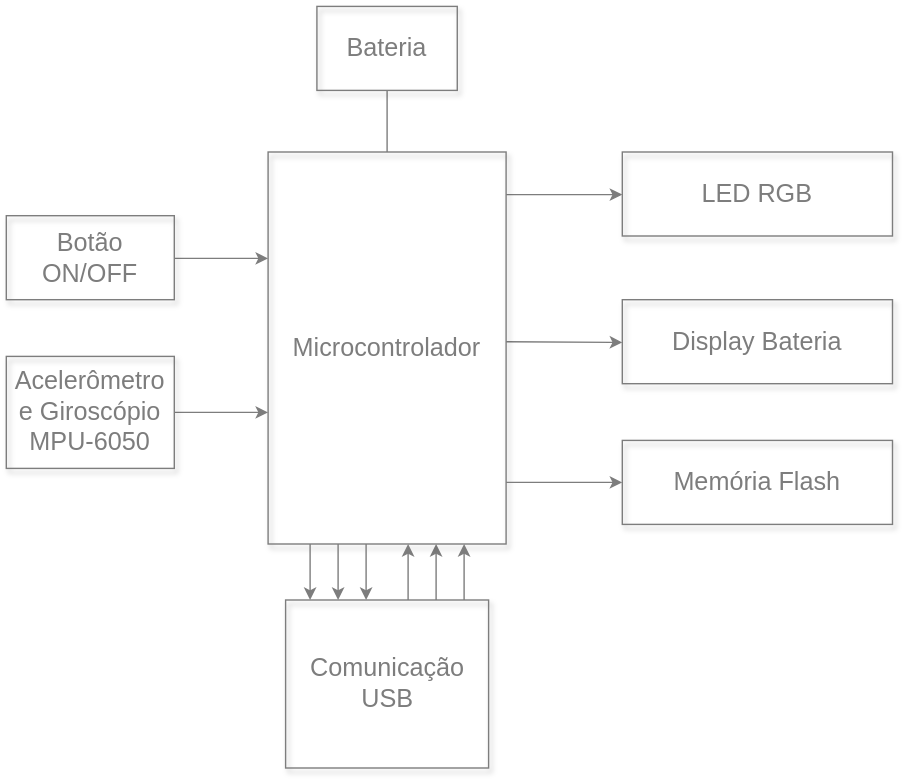
Above: projetos/tennistracker/diagrama_estrutural.svg in teaching-FEEC/ea075-2024.1 (draw.io), before the change. Source tidied: cells renumbered, new cells last; positions are measured from the earlier drawing's top-left corner, leaving out a move shared by most shapes.
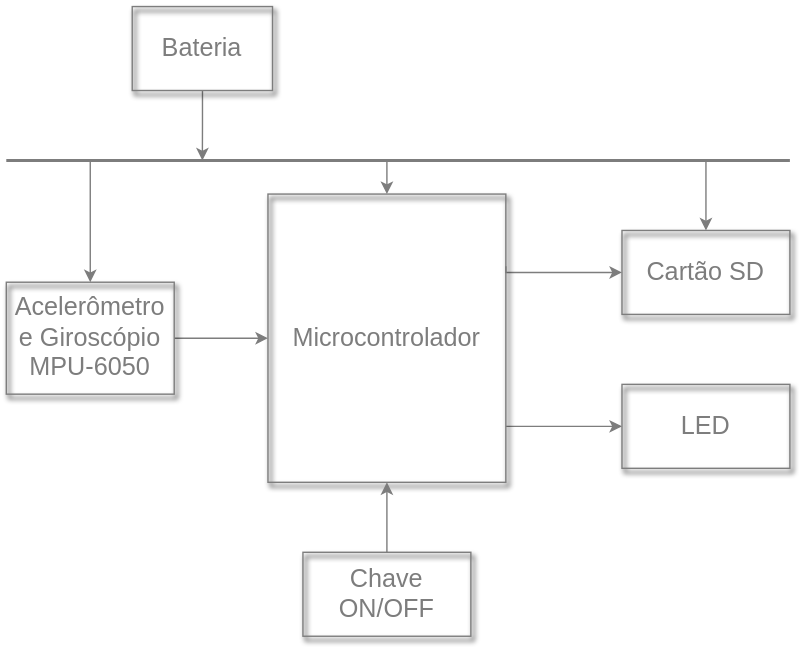
After the commit.

Diff of the diagram source:
```diff
@@ -5,103 +5,62 @@
     <mxCell id="2" style="edgeStyle=elbowEdgeStyle;rounded=0;html=1;startArrow=none;startFill=0;jettySize=auto;fontSize=18;elbow=vertical;strokeColor=#7d7d7d;" parent="1" edge="1" source="5" target="6">
       <mxGeometry relative="1" as="geometry" />
     </mxCell>
-    <mxCell id="3" style="edgeStyle=elbowEdgeStyle;rounded=0;html=1;startArrow=none;startFill=0;jettySize=auto;fontSize=18;elbow=vertical;strokeColor=#7d7d7d;" parent="1" edge="1" target="7">
-      <mxGeometry relative="1" as="geometry">
-        <mxPoint x="357" y="239.5" as="sourcePoint" />
-      </mxGeometry>
-    </mxCell>
-    <mxCell id="4" style="edgeStyle=elbowEdgeStyle;rounded=0;html=1;startArrow=none;startFill=0;jettySize=auto;fontSize=18;strokeColor=#7d7d7d;" parent="1" edge="1" source="12" target="5">
-      <mxGeometry relative="1" as="geometry">
-        <Array as="points">
-          <mxPoint x="307" y="404" />
-        </Array>
-      </mxGeometry>
-    </mxCell>
+    <mxCell id="22" style="edgeStyle=orthogonalEdgeStyle;rounded=0;jettySize=auto;html=1;entryX=0;entryY=0.5;entryDx=0;entryDy=0;strokeColor=#7D7D7D;exitX=1;exitY=0.25;exitDx=0;exitDy=0;" parent="1" edge="1" source="5" target="20">
+      <mxGeometry relative="1" as="geometry">
+        <Array as="points">
+          <mxPoint x="357" y="160" />
+        </Array>
+      </mxGeometry>
+    </mxCell>
+    <mxCell id="23" style="edgeStyle=orthogonalEdgeStyle;rounded=0;jettySize=auto;html=1;endArrow=none;endFill=0;startArrow=classic;startFill=1;strokeColor=#7D7D7D;" parent="1" edge="1" source="5">
+      <mxGeometry relative="1" as="geometry">
+        <mxPoint x="272" y="80" as="targetPoint" />
+      </mxGeometry>
+    </mxCell>
     <mxCell id="5" value="Microcontrolador" style="whiteSpace=wrap;html=1;shadow=1;fontSize=18;fillColor=none;strokeColor=#7D7D7D;fontColor=#7D7D7D;" parent="1" vertex="1">
-      <mxGeometry x="187" y="104" width="170" height="280" as="geometry" />
+      <mxGeometry x="187" y="104" width="170" height="206" as="geometry" />
     </mxCell>
-    <mxCell id="6" value="LED RGB" style="whiteSpace=wrap;html=1;shadow=1;fontSize=18;fillColor=none;strokeColor=#7D7D7D;align=center;verticalAlign=middle;fontFamily=Helvetica;fontColor=#7D7D7D;" parent="1" vertex="1">
-      <mxGeometry x="440" y="104" width="193" height="60" as="geometry" />
+    <mxCell id="6" value="LED" style="whiteSpace=wrap;html=1;shadow=1;fontSize=18;fillColor=none;strokeColor=#7D7D7D;align=center;verticalAlign=middle;fontFamily=Helvetica;fontColor=#7D7D7D;" parent="1" vertex="1">
+      <mxGeometry x="440" y="240" width="120" height="60" as="geometry" />
     </mxCell>
-    <mxCell id="7" value="Display Bateria" style="whiteSpace=wrap;html=1;shadow=1;fontSize=18;fillColor=none;strokeColor=#7D7D7D;align=center;verticalAlign=middle;fontFamily=Helvetica;fontColor=#7D7D7D;" parent="1" vertex="1">
-      <mxGeometry x="440" y="209.5" width="193" height="60" as="geometry" />
-    </mxCell>
     <mxCell id="8" style="edgeStyle=elbowEdgeStyle;rounded=0;html=1;startArrow=none;startFill=0;jettySize=auto;fontSize=18;elbow=vertical;strokeColor=#7d7d7d;exitX=1;exitY=0.5;exitDx=0;exitDy=0;" parent="1" edge="1" source="9" target="5">
       <mxGeometry relative="1" as="geometry" />
     </mxCell>
+    <mxCell id="24" style="edgeStyle=orthogonalEdgeStyle;rounded=0;jettySize=auto;html=1;endArrow=none;endFill=0;startArrow=classic;startFill=1;strokeColor=#7D7D7D;" parent="1" edge="1" source="9">
+      <mxGeometry relative="1" as="geometry">
+        <mxPoint x="60" y="80" as="targetPoint" />
+      </mxGeometry>
+    </mxCell>
     <mxCell id="9" value="Acelerômetro&lt;div&gt;e Giroscópio&lt;/div&gt;&lt;div&gt;MPU-6050&lt;br&gt;&lt;/div&gt;" style="whiteSpace=wrap;html=1;shadow=1;fontSize=18;fillColor=none;strokeColor=#7D7D7D;align=center;verticalAlign=middle;fontFamily=Helvetica;fontColor=#7D7D7D;" parent="1" vertex="1">
-      <mxGeometry y="250" width="120" height="80" as="geometry" />
+      <mxGeometry y="167" width="120" height="80" as="geometry" />
     </mxCell>
     <mxCell id="10" style="edgeStyle=elbowEdgeStyle;rounded=0;html=1;startArrow=none;startFill=0;jettySize=auto;fontSize=18;elbow=vertical;strokeColor=#7d7d7d;" parent="1" edge="1" source="11" target="5">
       <mxGeometry relative="1" as="geometry" />
     </mxCell>
-    <mxCell id="11" value="Botão ON/OFF" style="whiteSpace=wrap;html=1;shadow=1;fontSize=18;fillColor=none;strokeColor=#7D7D7D;align=center;verticalAlign=middle;fontFamily=Helvetica;fontColor=#7D7D7D;" parent="1" vertex="1">
-      <mxGeometry y="149.5" width="120" height="60" as="geometry" />
+    <mxCell id="11" value="Chave ON/OFF" style="whiteSpace=wrap;html=1;shadow=1;fontSize=18;fillColor=none;strokeColor=#7D7D7D;align=center;verticalAlign=middle;fontFamily=Helvetica;fontColor=#7D7D7D;" parent="1" vertex="1">
+      <mxGeometry x="212" y="360" width="120" height="60" as="geometry" />
     </mxCell>
-    <mxCell id="12" value="Comunicação&lt;div&gt;USB&lt;/div&gt;" style="whiteSpace=wrap;html=1;shadow=1;fontSize=18;fillColor=none;strokeColor=#7D7D7D;align=center;verticalAlign=middle;fontFamily=Helvetica;fontColor=#7D7D7D;" parent="1" vertex="1">
-      <mxGeometry x="199.5" y="424" width="145" height="120" as="geometry" />
-    </mxCell>
-    <mxCell id="13" style="edgeStyle=elbowEdgeStyle;rounded=0;html=1;startArrow=none;startFill=0;jettySize=auto;fontSize=18;strokeColor=#7d7d7d;" parent="1" edge="1" source="12" target="5">
-      <mxGeometry relative="1" as="geometry">
-        <Array as="points">
-          <mxPoint x="327" y="404" />
-          <mxPoint x="307" y="404" />
-        </Array>
-      </mxGeometry>
-    </mxCell>
-    <mxCell id="14" style="edgeStyle=elbowEdgeStyle;rounded=0;html=1;startArrow=none;startFill=0;jettySize=auto;orthogonalLoop=1;fontSize=18;strokeColor=#7d7d7d;" parent="1" edge="1">
-      <mxGeometry relative="1" as="geometry">
-        <mxPoint x="287" y="424" as="sourcePoint" />
-        <mxPoint x="287" y="384" as="targetPoint" />
-        <Array as="points">
-          <mxPoint x="287" y="404" />
-          <mxPoint x="287" y="404" />
-        </Array>
-      </mxGeometry>
-    </mxCell>
-    <mxCell id="15" style="edgeStyle=elbowEdgeStyle;rounded=0;html=1;startArrow=none;startFill=0;jettySize=auto;orthogonalLoop=1;fontSize=18;strokeColor=#7d7d7d;" parent="1" edge="1">
-      <mxGeometry relative="1" as="geometry">
-        <mxPoint x="257" y="384" as="sourcePoint" />
-        <mxPoint x="257" y="424" as="targetPoint" />
-        <Array as="points">
-          <mxPoint x="257" y="404" />
-          <mxPoint x="287" y="414" />
-        </Array>
-      </mxGeometry>
-    </mxCell>
-    <mxCell id="16" style="edgeStyle=elbowEdgeStyle;rounded=0;html=1;startArrow=none;startFill=0;jettySize=auto;orthogonalLoop=1;fontSize=18;strokeColor=#7d7d7d;" parent="1" edge="1">
-      <mxGeometry relative="1" as="geometry">
-        <mxPoint x="237" y="384" as="sourcePoint" />
-        <mxPoint x="237" y="424" as="targetPoint" />
-        <Array as="points">
-          <mxPoint x="237" y="404" />
-          <mxPoint x="267" y="414" />
-        </Array>
-      </mxGeometry>
-    </mxCell>
-    <mxCell id="17" style="edgeStyle=elbowEdgeStyle;rounded=0;html=1;startArrow=none;startFill=0;jettySize=auto;orthogonalLoop=1;fontSize=18;strokeColor=#7d7d7d;" parent="1" edge="1">
-      <mxGeometry relative="1" as="geometry">
-        <mxPoint x="217" y="384" as="sourcePoint" />
-        <mxPoint x="217" y="424" as="targetPoint" />
-        <Array as="points">
-          <mxPoint x="217" y="404" />
-          <mxPoint x="247" y="414" />
-        </Array>
-      </mxGeometry>
-    </mxCell>
-    <mxCell id="18" style="edgeStyle=orthogonalEdgeStyle;rounded=0;jettySize=auto;html=1;entryX=0.5;entryY=0;entryDx=0;entryDy=0;endArrow=none;endFill=0;strokeColor=#7d7d7d;align=center;verticalAlign=middle;fontFamily=Helvetica;fontSize=18;fontColor=default;labelBackgroundColor=default;elbow=vertical;startArrow=none;startFill=0;" parent="1" edge="1" source="19" target="5">
-      <mxGeometry relative="1" as="geometry" />
-    </mxCell>
+    <mxCell id="25" style="edgeStyle=orthogonalEdgeStyle;rounded=0;jettySize=auto;html=1;strokeColor=#7D7D7D;" parent="1" edge="1" source="19">
+      <mxGeometry relative="1" as="geometry">
+        <mxPoint x="140.1" y="80" as="targetPoint" />
+      </mxGeometry>
+    </mxCell>
     <mxCell id="19" value="Bateria" style="whiteSpace=wrap;html=1;shadow=1;fontSize=18;fillColor=none;strokeColor=#7D7D7D;align=center;verticalAlign=middle;fontFamily=Helvetica;fontColor=#7D7D7D;" parent="1" vertex="1">
-      <mxGeometry x="221.9" width="100.2" height="60" as="geometry" />
+      <mxGeometry x="90" y="-30" width="100.2" height="60" as="geometry" />
     </mxCell>
+    <mxCell id="26" style="edgeStyle=orthogonalEdgeStyle;rounded=0;jettySize=auto;html=1;endArrow=none;endFill=0;startArrow=classic;startFill=1;strokeColor=#7D7D7D;" parent="1" edge="1" source="20">
+      <mxGeometry relative="1" as="geometry">
+        <mxPoint x="500" y="80" as="targetPoint" />
+      </mxGeometry>
+    </mxCell>
-    <mxCell id="20" value="Memória Flash" style="whiteSpace=wrap;html=1;shadow=1;fontSize=18;fillColor=none;strokeColor=#7D7D7D;align=center;verticalAlign=middle;fontFamily=Helvetica;fontColor=#7D7D7D;" parent="1" vertex="1">
-      <mxGeometry x="440" y="310" width="193" height="60" as="geometry" />
+    <mxCell id="20" value="Cartão SD" style="whiteSpace=wrap;html=1;shadow=1;fontSize=18;fillColor=none;strokeColor=#7D7D7D;align=center;verticalAlign=middle;fontFamily=Helvetica;fontColor=#7D7D7D;" parent="1" vertex="1">
+      <mxGeometry x="440" y="130" width="120" height="60" as="geometry" />
     </mxCell>
-    <mxCell id="21" style="edgeStyle=elbowEdgeStyle;rounded=0;html=1;startArrow=none;startFill=0;jettySize=auto;fontSize=18;elbow=vertical;strokeColor=#7d7d7d;entryX=0;entryY=0.5;entryDx=0;entryDy=0;exitX=1;exitY=0.75;exitDx=0;exitDy=0;" parent="1" edge="1" target="20">
-      <mxGeometry relative="1" as="geometry">
-        <mxPoint x="357" y="340" as="sourcePoint" />
-      </mxGeometry>
-    </mxCell>
+    <mxCell id="27" style="html=1;rounded=0;strokeWidth=2;endArrow=none;endFill=0;strokeColor=#7D7D7D;" parent="1" edge="1">
+      <mxGeometry relative="1" as="geometry">
+        <mxPoint y="80" as="sourcePoint" />
+        <mxPoint x="560" y="80" as="targetPoint" />
+      </mxGeometry>
+    </mxCell>
   </root>
 </mxGraphModel>
```
